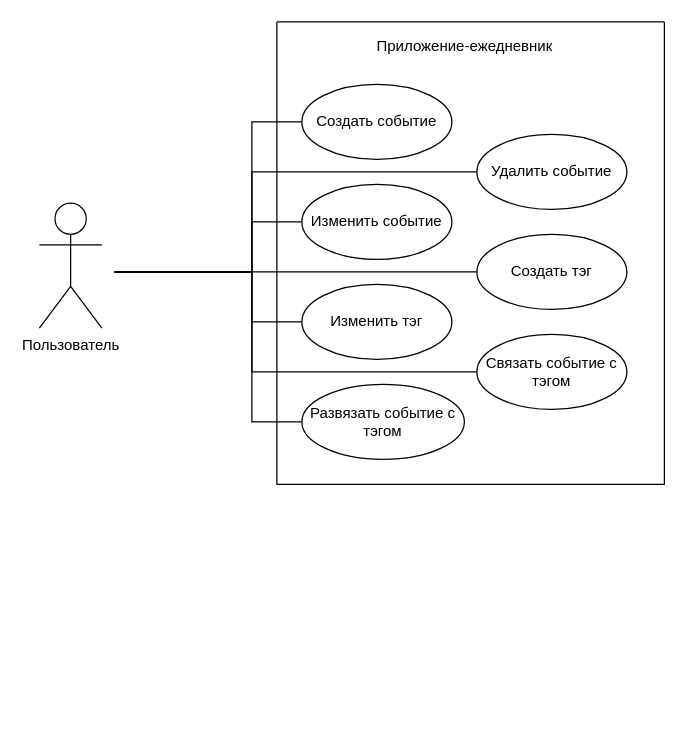
Above: page "Use-case diagram" (1 of 4) of Diagrams.drawio in Andebugan/Planum (draw.io), before the change. Source tidied: cells renumbered, new cells numbered last; positions are measured from the earlier drawing's top-left corner, leaving out a move shared by most shapes. Both pictures are drawn from the tidied source at 125%, with x=0, y=0 at pixel (39, 21).
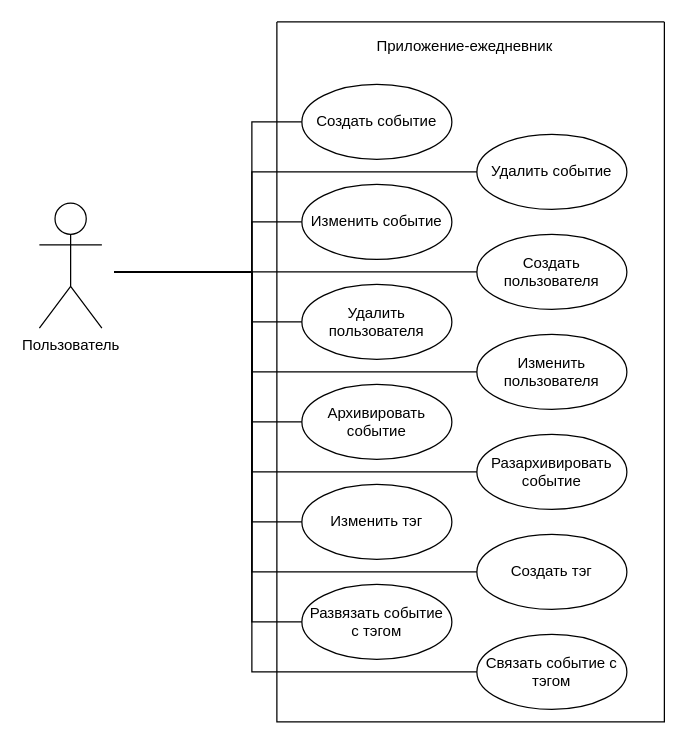
After the change.

Diff of the diagram source:
```diff
@@
+    <mxCell id="8" style="edgeStyle=orthogonalEdgeStyle;rounded=0;jettySize=auto;html=1;endArrow=none;endFill=0;exitX=0;exitY=0.5;exitDx=0;exitDy=0;" parent="1" edge="1" source="9">
+      <mxGeometry relative="1" as="geometry">
+        <mxPoint x="60" y="200" as="targetPoint" />
+        <Array as="points">
+          <mxPoint x="370" y="120" />
+          <mxPoint x="170" y="120" />
+          <mxPoint x="170" y="200" />
+        </Array>
+      </mxGeometry>
+    </mxCell>
+    <mxCell id="12" style="edgeStyle=orthogonalEdgeStyle;rounded=0;jettySize=auto;html=1;exitX=0;exitY=0.5;exitDx=0;exitDy=0;endArrow=none;endFill=0;" parent="1" edge="1" source="13">
+      <mxGeometry relative="1" as="geometry">
+        <mxPoint x="60" y="200" as="targetPoint" />
+        <Array as="points">
+          <mxPoint x="170" y="160" />
+          <mxPoint x="170" y="200" />
+        </Array>
+      </mxGeometry>
+    </mxCell>
+    <mxCell id="18" style="swimlane;startSize=0;" parent="1" vertex="1">
+      <mxGeometry x="190" width="310" height="560" as="geometry" />
+    </mxCell>
+    <mxCell id="11" value="Развязать событие&lt;br&gt;с тэгом" style="ellipse;whiteSpace=wrap;html=1;" parent="18" vertex="1">
+      <mxGeometry x="20" y="450" width="120" height="60" as="geometry" />
+    </mxCell>
+    <mxCell id="17" value="Изменить тэг&lt;br&gt;" style="ellipse;whiteSpace=wrap;html=1;" parent="18" vertex="1">
+      <mxGeometry x="20" y="370" width="120" height="60" as="geometry" />
+    </mxCell>
+    <mxCell id="7" value="Связать событие с тэгом" style="ellipse;whiteSpace=wrap;html=1;" parent="18" vertex="1">
+      <mxGeometry x="160" y="490" width="120" height="60" as="geometry" />
+    </mxCell>
+    <mxCell id="15" value="Создать тэг" style="ellipse;whiteSpace=wrap;html=1;" parent="18" vertex="1">
+      <mxGeometry x="160" y="410" width="120" height="60" as="geometry" />
+    </mxCell>
+    <mxCell id="13" value="Изменить событие" style="ellipse;whiteSpace=wrap;html=1;" parent="18" vertex="1">
+      <mxGeometry x="20" y="130" width="120" height="60" as="geometry" />
+    </mxCell>
+    <mxCell id="19" value="Создать пользователя" style="ellipse;whiteSpace=wrap;html=1;" parent="18" vertex="1">
+      <mxGeometry x="160" y="170" width="120" height="60" as="geometry" />
+    </mxCell>
+    <mxCell id="9" value="Удалить событие" style="ellipse;whiteSpace=wrap;html=1;" parent="18" vertex="1">
+      <mxGeometry x="160" y="90" width="120" height="60" as="geometry" />
+    </mxCell>
+    <mxCell id="20" value="Удалить&lt;br&gt;пользователя" style="ellipse;whiteSpace=wrap;html=1;" parent="18" vertex="1">
+      <mxGeometry x="20" y="210" width="120" height="60" as="geometry" />
+    </mxCell>
+    <mxCell id="21" value="Изменить&lt;br&gt;пользователя" style="ellipse;whiteSpace=wrap;html=1;" parent="18" vertex="1">
+      <mxGeometry x="160" y="250" width="120" height="60" as="geometry" />
+    </mxCell>
-    <mxCell id="5" value="Создать событие" style="ellipse;whiteSpace=wrap;html=1;" parent="1" vertex="1">
-      <mxGeometry x="210" y="50" width="120" height="60" as="geometry" />
+    <mxCell id="5" value="Создать событие" style="ellipse;whiteSpace=wrap;html=1;" parent="18" vertex="1">
+      <mxGeometry x="20" y="50" width="120" height="60" as="geometry" />
     </mxCell>
-    <mxCell id="6" style="edgeStyle=orthogonalEdgeStyle;rounded=0;jettySize=auto;html=1;endArrow=none;endFill=0;" parent="1" edge="1" source="7">
-      <mxGeometry relative="1" as="geometry">
-        <mxPoint x="60" y="200" as="targetPoint" />
-        <Array as="points">
-          <mxPoint x="170" y="280" />
-          <mxPoint x="170" y="200" />
-        </Array>
-      </mxGeometry>
-    </mxCell>
-    <mxCell id="7" value="Связать событие с тэгом" style="ellipse;whiteSpace=wrap;html=1;" parent="1" vertex="1">
-      <mxGeometry x="350" y="250" width="120" height="60" as="geometry" />
-    </mxCell>
-    <mxCell id="8" style="edgeStyle=orthogonalEdgeStyle;rounded=0;jettySize=auto;html=1;endArrow=none;endFill=0;" parent="1" edge="1" source="9">
-      <mxGeometry relative="1" as="geometry">
-        <mxPoint x="60" y="200" as="targetPoint" />
-        <Array as="points">
-          <mxPoint x="170" y="120" />
-          <mxPoint x="170" y="200" />
-        </Array>
-      </mxGeometry>
-    </mxCell>
-    <mxCell id="9" value="Удалить событие" style="ellipse;whiteSpace=wrap;html=1;" parent="1" vertex="1">
-      <mxGeometry x="350" y="90" width="120" height="60" as="geometry" />
-    </mxCell>
-    <mxCell id="10" style="edgeStyle=orthogonalEdgeStyle;rounded=0;jettySize=auto;html=1;exitX=0;exitY=0.5;exitDx=0;exitDy=0;endArrow=none;endFill=0;" parent="1" edge="1" source="11">
-      <mxGeometry relative="1" as="geometry">
-        <mxPoint x="60" y="200" as="targetPoint" />
-        <Array as="points">
-          <mxPoint x="170" y="320" />
-          <mxPoint x="170" y="200" />
-        </Array>
-      </mxGeometry>
-    </mxCell>
-    <mxCell id="11" value="Развязать событие с тэгом" style="ellipse;whiteSpace=wrap;html=1;" parent="1" vertex="1">
-      <mxGeometry x="210" y="290" width="130" height="60" as="geometry" />
-    </mxCell>
-    <mxCell id="12" style="edgeStyle=orthogonalEdgeStyle;rounded=0;jettySize=auto;html=1;exitX=0;exitY=0.5;exitDx=0;exitDy=0;endArrow=none;endFill=0;" parent="1" edge="1" source="13">
-      <mxGeometry relative="1" as="geometry">
-        <mxPoint x="60" y="200" as="targetPoint" />
-        <Array as="points">
-          <mxPoint x="170" y="160" />
-          <mxPoint x="170" y="200" />
-        </Array>
-      </mxGeometry>
-    </mxCell>
-    <mxCell id="13" value="Изменить событие" style="ellipse;whiteSpace=wrap;html=1;" parent="1" vertex="1">
-      <mxGeometry x="210" y="130" width="120" height="60" as="geometry" />
-    </mxCell>
-    <mxCell id="14" style="edgeStyle=orthogonalEdgeStyle;rounded=0;jettySize=auto;html=1;endArrow=none;endFill=0;" parent="1" edge="1" source="15">
-      <mxGeometry relative="1" as="geometry">
-        <mxPoint x="60" y="200" as="targetPoint" />
-      </mxGeometry>
-    </mxCell>
-    <mxCell id="15" value="Создать тэг" style="ellipse;whiteSpace=wrap;html=1;" parent="1" vertex="1">
-      <mxGeometry x="350" y="170" width="120" height="60" as="geometry" />
-    </mxCell>
-    <mxCell id="16" style="edgeStyle=orthogonalEdgeStyle;rounded=0;jettySize=auto;html=1;exitX=0;exitY=0.5;exitDx=0;exitDy=0;endArrow=none;endFill=0;" parent="1" edge="1" source="17">
-      <mxGeometry relative="1" as="geometry">
-        <mxPoint x="60" y="200" as="targetPoint" />
-        <Array as="points">
-          <mxPoint x="170" y="240" />
-          <mxPoint x="170" y="200" />
-        </Array>
-      </mxGeometry>
-    </mxCell>
-    <mxCell id="17" value="Изменить тэг&lt;br&gt;" style="ellipse;whiteSpace=wrap;html=1;" parent="1" vertex="1">
-      <mxGeometry x="210" y="210" width="120" height="60" as="geometry" />
-    </mxCell>
-    <mxCell id="18" style="swimlane;startSize=0;" parent="1" vertex="1">
-      <mxGeometry x="190" width="310" height="370" as="geometry" />
-    </mxCell>
+    <mxCell id="22" value="Архивировать событие" style="ellipse;whiteSpace=wrap;html=1;" parent="18" vertex="1">
+      <mxGeometry x="20" y="290" width="120" height="60" as="geometry" />
+    </mxCell>
+    <mxCell id="23" value="Разархивировать событие" style="ellipse;whiteSpace=wrap;html=1;" parent="18" vertex="1">
+      <mxGeometry x="160" y="330" width="120" height="60" as="geometry" />
+    </mxCell>
+    <mxCell id="24" style="edgeStyle=orthogonalEdgeStyle;rounded=0;jettySize=auto;html=1;startArrow=none;startFill=0;endArrow=none;endFill=0;" parent="1" edge="1" source="19">
+      <mxGeometry relative="1" as="geometry">
+        <mxPoint x="60" y="200" as="targetPoint" />
+      </mxGeometry>
+    </mxCell>
+    <mxCell id="25" style="edgeStyle=orthogonalEdgeStyle;rounded=0;jettySize=auto;html=1;startArrow=none;startFill=0;endArrow=none;endFill=0;" parent="1" edge="1" source="20">
+      <mxGeometry relative="1" as="geometry">
+        <mxPoint x="60" y="200" as="targetPoint" />
+        <Array as="points">
+          <mxPoint x="170" y="240" />
+          <mxPoint x="170" y="200" />
+        </Array>
+      </mxGeometry>
+    </mxCell>
+    <mxCell id="26" style="edgeStyle=orthogonalEdgeStyle;rounded=0;jettySize=auto;html=1;startArrow=none;startFill=0;endArrow=none;endFill=0;" parent="1" edge="1" source="21">
+      <mxGeometry relative="1" as="geometry">
+        <mxPoint x="60" y="200" as="targetPoint" />
+        <Array as="points">
+          <mxPoint x="170" y="280" />
+          <mxPoint x="170" y="200" />
+        </Array>
+      </mxGeometry>
+    </mxCell>
+    <mxCell id="27" style="edgeStyle=orthogonalEdgeStyle;rounded=0;jettySize=auto;html=1;startArrow=none;startFill=0;endArrow=none;endFill=0;" parent="1" edge="1" source="22">
+      <mxGeometry relative="1" as="geometry">
+        <mxPoint x="60" y="200" as="targetPoint" />
+        <Array as="points">
+          <mxPoint x="170" y="320" />
+          <mxPoint x="170" y="200" />
+        </Array>
+      </mxGeometry>
+    </mxCell>
+    <mxCell id="28" style="edgeStyle=orthogonalEdgeStyle;rounded=0;jettySize=auto;html=1;startArrow=none;startFill=0;endArrow=none;endFill=0;" parent="1" edge="1" source="23">
+      <mxGeometry relative="1" as="geometry">
+        <mxPoint x="60" y="200" as="targetPoint" />
+        <Array as="points">
+          <mxPoint x="170" y="360" />
+          <mxPoint x="170" y="200" />
+        </Array>
+      </mxGeometry>
+    </mxCell>
+    <mxCell id="29" style="edgeStyle=orthogonalEdgeStyle;rounded=0;jettySize=auto;html=1;startArrow=none;startFill=0;endArrow=none;endFill=0;" parent="1" edge="1" source="17">
+      <mxGeometry relative="1" as="geometry">
+        <mxPoint x="60" y="200" as="targetPoint" />
+        <Array as="points">
+          <mxPoint x="170" y="400" />
+          <mxPoint x="170" y="200" />
+        </Array>
+      </mxGeometry>
+    </mxCell>
+    <mxCell id="30" style="edgeStyle=orthogonalEdgeStyle;rounded=0;jettySize=auto;html=1;startArrow=none;startFill=0;endArrow=none;endFill=0;" parent="1" edge="1" source="15">
+      <mxGeometry relative="1" as="geometry">
+        <mxPoint x="60" y="200" as="targetPoint" />
+        <Array as="points">
+          <mxPoint x="170" y="440" />
+          <mxPoint x="170" y="200" />
+        </Array>
+      </mxGeometry>
+    </mxCell>
+    <mxCell id="31" style="edgeStyle=orthogonalEdgeStyle;rounded=0;jettySize=auto;html=1;startArrow=none;startFill=0;endArrow=none;endFill=0;" parent="1" edge="1" source="11">
+      <mxGeometry relative="1" as="geometry">
+        <mxPoint x="60" y="200" as="targetPoint" />
+        <Array as="points">
+          <mxPoint x="170" y="480" />
+          <mxPoint x="170" y="200" />
+        </Array>
+      </mxGeometry>
+    </mxCell>
+    <mxCell id="32" style="edgeStyle=orthogonalEdgeStyle;rounded=0;jettySize=auto;html=1;startArrow=none;startFill=0;endArrow=none;endFill=0;" parent="1" edge="1" source="7">
+      <mxGeometry relative="1" as="geometry">
+        <mxPoint x="60" y="200" as="targetPoint" />
+        <Array as="points">
+          <mxPoint x="170" y="520" />
+          <mxPoint x="170" y="200" />
+        </Array>
+      </mxGeometry>
+    </mxCell>
```
